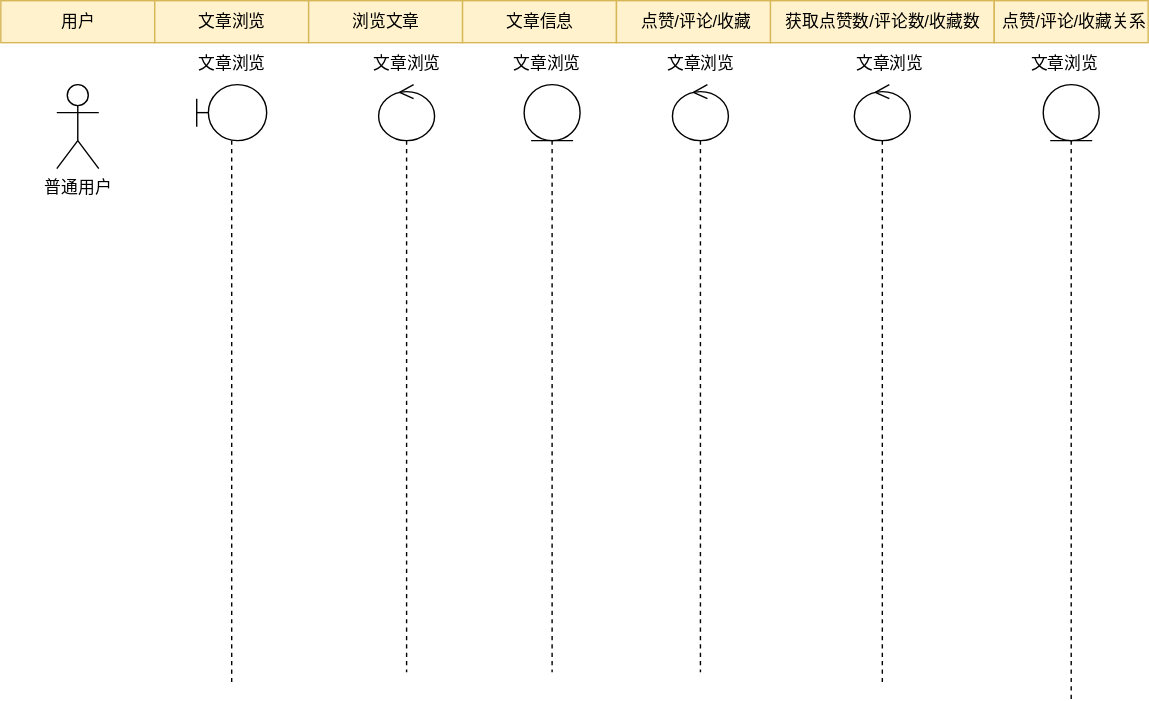
This is 文章浏览序列图.drawio.svg from WuShangMo/SquidGame1, a draw.io export, as it was before one commit. Source tidied: cells renumbered, new cells last; positions are measured from the earlier drawing's top-left corner, leaving out a move shared by most shapes.
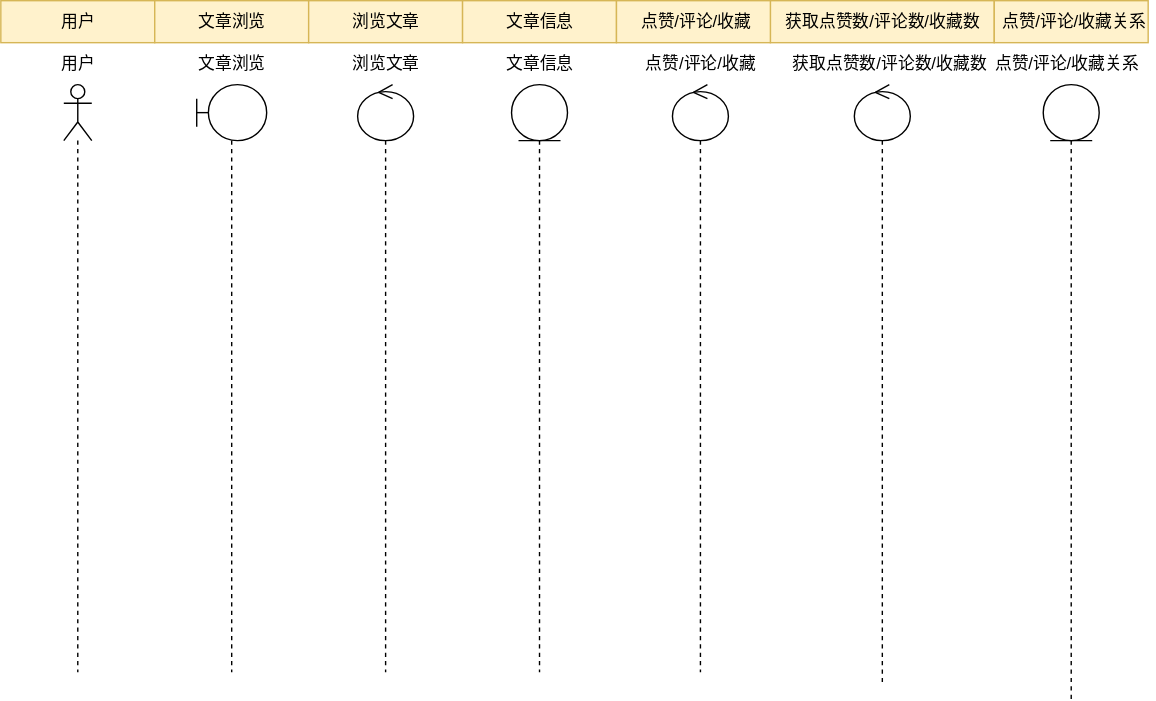
Later version of the same file.

Commit message:
更新文章浏览序列图.drawio.svg

What changed in the source:
```diff
@@ -2,9 +2,6 @@
   <root>
     <mxCell id="0" />
     <mxCell id="1" parent="0" />
-    <mxCell id="2" value="普通用户" style="shape=umlActor;verticalLabelPosition=bottom;verticalAlign=top;html=1;" parent="1" vertex="1">
-      <mxGeometry x="40" y="60" width="30" height="60" as="geometry" />
-    </mxCell>
     <mxCell id="3" value="用户" style="html=1;fillColor=#fff2cc;strokeColor=#d6b656;" parent="1" vertex="1">
       <mxGeometry width="110" height="30" as="geometry" />
     </mxCell>
@@ -27,13 +24,13 @@
       <mxGeometry x="440" width="110" height="30" as="geometry" />
     </mxCell>
     <mxCell id="10" style="shape=umlLifeline;participant=umlBoundary;perimeter=lifelinePerimeter;whiteSpace=wrap;html=1;verticalAlign=top;spacingTop=36;" parent="1" vertex="1">
-      <mxGeometry x="140" y="60" width="50" height="430" as="geometry" />
+      <mxGeometry x="140" y="60" width="50" height="420" as="geometry" />
     </mxCell>
     <mxCell id="11" style="shape=umlLifeline;participant=umlControl;perimeter=lifelinePerimeter;whiteSpace=wrap;html=1;verticalAlign=top;spacingTop=36;" parent="1" vertex="1">
-      <mxGeometry x="270" y="60" width="40" height="420" as="geometry" />
+      <mxGeometry x="255" y="60" width="40" height="420" as="geometry" />
     </mxCell>
     <mxCell id="12" style="shape=umlLifeline;participant=umlEntity;perimeter=lifelinePerimeter;whiteSpace=wrap;html=1;verticalAlign=top;spacingTop=36;" parent="1" vertex="1">
-      <mxGeometry x="374" y="60" width="40" height="420" as="geometry" />
+      <mxGeometry x="365" y="60" width="40" height="420" as="geometry" />
     </mxCell>
     <mxCell id="13" style="shape=umlLifeline;participant=umlControl;perimeter=lifelinePerimeter;whiteSpace=wrap;html=1;verticalAlign=top;spacingTop=36;" parent="1" vertex="1">
       <mxGeometry x="480" y="60" width="40" height="420" as="geometry" />
@@ -47,20 +44,26 @@
     <mxCell id="16" value="文章浏览" style="text;html=1;align=center;verticalAlign=middle;strokeColor=none;fillColor=none;" parent="1" vertex="1">
       <mxGeometry x="130" y="30" width="70" height="30" as="geometry" />
     </mxCell>
-    <mxCell id="17" value="文章浏览" style="text;html=1;align=center;verticalAlign=middle;strokeColor=none;fillColor=none;" parent="1" vertex="1">
-      <mxGeometry x="255" y="30" width="70" height="30" as="geometry" />
+    <mxCell id="17" value="浏览文章" style="text;html=1;align=center;verticalAlign=middle;strokeColor=none;fillColor=none;" parent="1" vertex="1">
+      <mxGeometry x="240" y="30" width="70" height="30" as="geometry" />
     </mxCell>
-    <mxCell id="18" value="文章浏览" style="text;html=1;align=center;verticalAlign=middle;strokeColor=none;fillColor=none;" parent="1" vertex="1">
-      <mxGeometry x="355" y="30" width="70" height="30" as="geometry" />
+    <mxCell id="18" value="文章信息" style="text;html=1;align=center;verticalAlign=middle;strokeColor=none;fillColor=none;" parent="1" vertex="1">
+      <mxGeometry x="350" y="30" width="70" height="30" as="geometry" />
     </mxCell>
-    <mxCell id="19" value="文章浏览" style="text;html=1;align=center;verticalAlign=middle;strokeColor=none;fillColor=none;" parent="1" vertex="1">
-      <mxGeometry x="465" y="30" width="70" height="30" as="geometry" />
+    <mxCell id="19" value="点赞/评论/收藏" style="text;html=1;align=center;verticalAlign=middle;strokeColor=none;fillColor=none;" parent="1" vertex="1">
+      <mxGeometry x="450" y="30" width="100" height="30" as="geometry" />
     </mxCell>
-    <mxCell id="20" value="文章浏览" style="text;html=1;align=center;verticalAlign=middle;strokeColor=none;fillColor=none;" parent="1" vertex="1">
-      <mxGeometry x="600" y="30" width="70" height="30" as="geometry" />
+    <mxCell id="20" value="获取点赞数/评论数/收藏数" style="text;html=1;align=center;verticalAlign=middle;strokeColor=none;fillColor=none;" parent="1" vertex="1">
+      <mxGeometry x="555" y="30" width="160" height="30" as="geometry" />
     </mxCell>
-    <mxCell id="21" value="文章浏览" style="text;html=1;align=center;verticalAlign=middle;strokeColor=none;fillColor=none;" parent="1" vertex="1">
-      <mxGeometry x="725" y="30" width="70" height="30" as="geometry" />
+    <mxCell id="21" value="&amp;nbsp;点赞/评论/收藏关系" style="text;html=1;align=center;verticalAlign=middle;strokeColor=none;fillColor=none;" parent="1" vertex="1">
+      <mxGeometry x="695" y="30" width="130" height="30" as="geometry" />
     </mxCell>
+    <mxCell id="22" style="shape=umlLifeline;participant=umlActor;perimeter=lifelinePerimeter;whiteSpace=wrap;html=1;verticalAlign=top;spacingTop=36;" parent="1" vertex="1">
+      <mxGeometry x="45" y="60" width="20" height="420" as="geometry" />
+    </mxCell>
+    <mxCell id="23" value="用户" style="text;html=1;align=center;verticalAlign=middle;strokeColor=none;fillColor=none;" parent="1" vertex="1">
+      <mxGeometry x="30" y="30" width="50" height="30" as="geometry" />
+    </mxCell>
   </root>
 </mxGraphModel>
```
